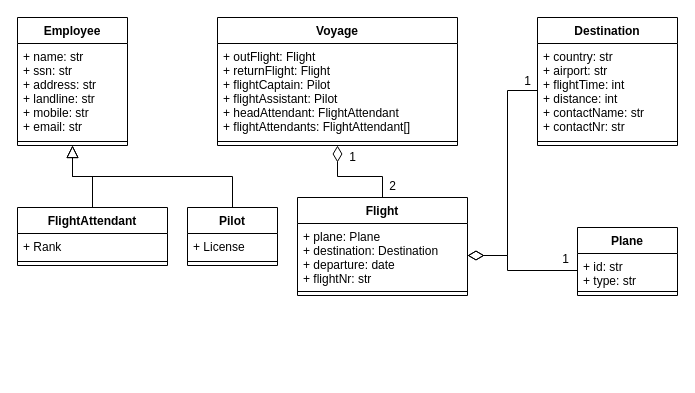
The draw.io diagram greining/klasarit/klasarit.drawio in ornstrange/VLN1, before the edit. Source tidied: cells renumbered, new cells numbered last; positions are measured from the earlier drawing's top-left corner, leaving out a move shared by most shapes. Both pictures are drawn from the tidied source at 100%, with x=0, y=0 at pixel (17, 17).
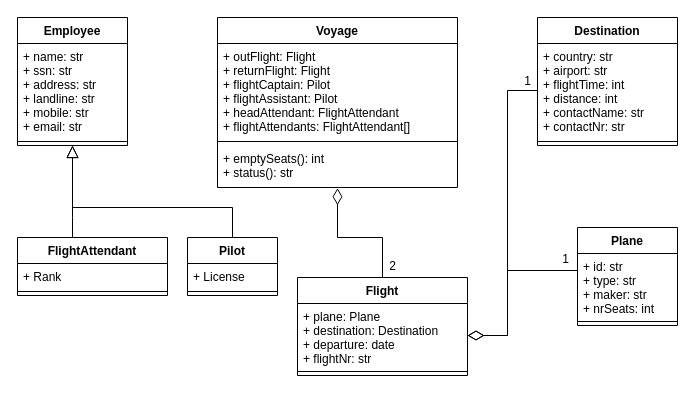
Above is the later version.

The change refers to these unchanged cells:
```xml
<mxCell id="2" value="Employee" style="swimlane;fontStyle=1;align=center;verticalAlign=top;horizontal=1;startSize=26;" parent="1" vertex="1">
  <mxGeometry width="110" height="128" as="geometry" />
</mxCell>
<mxCell id="18" value="+ plane: Plane&#10;+ destination: Destination&#10;+ departure: date&#10;+ flightNr: str" style="text;strokeColor=none;fillColor=none;align=left;verticalAlign=top;spacingLeft=4;spacingRight=4;overflow=hidden;points=[[0,0.5],[1,0.5]];portConstraint=eastwest;" parent="17" vertex="1">
  <mxGeometry y="26" width="170" height="64" as="geometry" />
</mxCell>
<mxCell id="24" value="+ country: str&#10;+ airport: str&#10;+ flightTime: int&#10;+ distance: int&#10;+ contactName: str&#10;+ contactNr: str" style="text;strokeColor=none;fillColor=none;align=left;verticalAlign=top;spacingLeft=4;spacingRight=4;overflow=hidden;points=[[0,0.5],[1,0.5]];portConstraint=eastwest;" parent="23" vertex="1">
  <mxGeometry y="26" width="140" height="94" as="geometry" />
</mxCell>
```

Diff of the diagram source:
```diff
@@
     <mxCell id="5" style="edgeStyle=orthogonalEdgeStyle;rounded=0;jettySize=auto;html=1;exitX=0.5;exitY=0;exitDx=0;exitDy=0;entryX=0.5;entryY=1;entryDx=0;entryDy=0;endArrow=block;endFill=0;endSize=10;" parent="1" edge="1" source="6" target="2">
-      <mxGeometry relative="1" as="geometry" />
+      <mxGeometry relative="1" as="geometry">
+        <Array as="points">
+          <mxPoint x="215" y="190" />
+          <mxPoint x="55" y="190" />
+        </Array>
+      </mxGeometry>
     </mxCell>
     <mxCell id="6" value="Pilot" style="swimlane;fontStyle=1;align=center;verticalAlign=top;horizontal=1;startSize=26;" parent="1" vertex="1">
-      <mxGeometry x="170" y="190" width="90" height="58" as="geometry" />
+      <mxGeometry x="170" y="220" width="90" height="58" as="geometry" />
     </mxCell>
@@
     <mxCell id="9" style="edgeStyle=orthogonalEdgeStyle;rounded=0;jettySize=auto;html=1;entryX=0.5;entryY=1;entryDx=0;entryDy=0;endArrow=block;endFill=0;endSize=10;" parent="1" edge="1" source="10" target="2">
-      <mxGeometry relative="1" as="geometry" />
+      <mxGeometry relative="1" as="geometry">
+        <Array as="points">
+          <mxPoint x="55" y="200" />
+          <mxPoint x="55" y="200" />
+        </Array>
+      </mxGeometry>
     </mxCell>
     <mxCell id="10" value="FlightAttendant" style="swimlane;fontStyle=1;align=center;verticalAlign=top;horizontal=1;startSize=26;" parent="1" vertex="1">
-      <mxGeometry y="190" width="150" height="58" as="geometry" />
+      <mxGeometry y="220" width="150" height="58" as="geometry" />
     </mxCell>
@@
-    <mxCell id="13" value="Voyage" style="swimlane;fontStyle=1;align=center;verticalAlign=top;horizontal=1;startSize=26;" parent="1" vertex="1">
-      <mxGeometry x="200" width="240" height="128" as="geometry" />
-    </mxCell>
-    <mxCell id="14" value="+ outFlight: Flight&#10;+ returnFlight: Flight&#10;+ flightCaptain: Pilot&#10;+ flightAssistant: Pilot&#10;+ headAttendant: FlightAttendant&#10;+ flightAttendants: FlightAttendant[]&#10;" style="text;strokeColor=none;fillColor=none;align=left;verticalAlign=top;spacingLeft=4;spacingRight=4;overflow=hidden;" parent="13" vertex="1">
-      <mxGeometry y="26" width="240" height="94" as="geometry" />
-    </mxCell>
-    <mxCell id="15" style="line;strokeWidth=1;fillColor=none;align=left;verticalAlign=middle;spacingTop=-1;spacingLeft=3;spacingRight=3;labelPosition=right;" parent="13" vertex="1">
-      <mxGeometry y="120" width="240" height="8" as="geometry" />
-    </mxCell>
-    <mxCell id="16" style="edgeStyle=orthogonalEdgeStyle;rounded=0;jettySize=auto;html=1;entryX=0.5;entryY=1;entryDx=0;entryDy=0;endArrow=diamondThin;endFill=0;endSize=14;" parent="1" edge="1" source="17" target="13">
+    <mxCell id="16" style="edgeStyle=orthogonalEdgeStyle;rounded=0;jettySize=auto;html=1;entryX=0.5;entryY=1.016;entryDx=0;entryDy=0;endArrow=diamondThin;endFill=0;endSize=14;entryPerimeter=0;" parent="1" edge="1" source="17" target="32">
       <mxGeometry relative="1" as="geometry" />
     </mxCell>
     <mxCell id="17" value="Flight" style="swimlane;fontStyle=1;align=center;verticalAlign=top;horizontal=1;startSize=26;" parent="1" vertex="1">
-      <mxGeometry x="280" y="180" width="170" height="98" as="geometry" />
+      <mxGeometry x="280" y="260" width="170" height="98" as="geometry" />
     </mxCell>
@@
     <mxCell id="20" value="Plane" style="swimlane;fontStyle=1;align=center;verticalAlign=top;horizontal=1;startSize=26;" parent="1" vertex="1">
-      <mxGeometry x="560" y="210" width="100" height="68" as="geometry" />
+      <mxGeometry x="560" y="210" width="100" height="98" as="geometry" />
     </mxCell>
-    <mxCell id="21" value="+ id: str&#10;+ type: str" style="text;strokeColor=none;fillColor=none;align=left;verticalAlign=top;spacingLeft=4;spacingRight=4;overflow=hidden;points=[[0,0.5],[1,0.5]];portConstraint=eastwest;" parent="20" vertex="1">
-      <mxGeometry y="26" width="100" height="34" as="geometry" />
+    <mxCell id="21" value="+ id: str&#10;+ type: str&#10;+ maker: str&#10;+ nrSeats: int" style="text;strokeColor=none;fillColor=none;align=left;verticalAlign=top;spacingLeft=4;spacingRight=4;overflow=hidden;points=[[0,0.5],[1,0.5]];portConstraint=eastwest;" parent="20" vertex="1">
+      <mxGeometry y="26" width="100" height="64" as="geometry" />
     </mxCell>
     <mxCell id="22" style="line;strokeWidth=1;fillColor=none;align=left;verticalAlign=middle;spacingTop=-1;spacingLeft=3;spacingRight=3;labelPosition=right;" parent="20" vertex="1">
-      <mxGeometry y="60" width="100" height="8" as="geometry" />
+      <mxGeometry y="90" width="100" height="8" as="geometry" />
     </mxCell>
@@
-    <mxCell id="26" style="edgeStyle=orthogonalEdgeStyle;rounded=0;jettySize=auto;html=1;entryX=1;entryY=0.5;entryDx=0;entryDy=0;endArrow=diamondThin;endFill=0;endSize=14;" parent="1" edge="1" source="24" target="18">
+    <mxCell id="26" style="edgeStyle=orthogonalEdgeStyle;rounded=0;jettySize=auto;html=1;endArrow=diamondThin;endFill=0;endSize=14;" parent="1" edge="1" source="24">
       <mxGeometry relative="1" as="geometry">
+        <mxPoint x="450" y="318" as="targetPoint" />
         <Array as="points">
           <mxPoint x="490" y="73" />
-          <mxPoint x="490" y="238" />
+          <mxPoint x="490" y="318" />
         </Array>
       </mxGeometry>
     </mxCell>
-    <mxCell id="27" style="edgeStyle=orthogonalEdgeStyle;rounded=0;jettySize=auto;html=1;endArrow=diamondThin;endFill=0;endSize=14;" parent="1" edge="1" source="21" target="18">
+    <mxCell id="27" style="edgeStyle=orthogonalEdgeStyle;rounded=0;jettySize=auto;html=1;endArrow=diamondThin;endFill=0;endSize=14;entryX=1;entryY=0.5;entryDx=0;entryDy=0;" parent="1" edge="1" source="21" target="18">
       <mxGeometry relative="1" as="geometry">
         <Array as="points">
           <mxPoint x="490" y="253" />
-          <mxPoint x="490" y="238" />
+          <mxPoint x="490" y="318" />
         </Array>
       </mxGeometry>
     </mxCell>
     <mxCell id="28" value="2" style="text;html=1;align=center;verticalAlign=middle;" parent="1" vertex="1">
-      <mxGeometry x="365" y="159" width="20" height="20" as="geometry" />
+      <mxGeometry x="365" y="239" width="20" height="20" as="geometry" />
     </mxCell>
-    <mxCell id="29" value="1" style="text;html=1;align=center;verticalAlign=middle;" parent="1" vertex="1">
-      <mxGeometry x="325" y="130" width="20" height="20" as="geometry" />
-    </mxCell>
@@
+    <mxCell id="13" value="Voyage" style="swimlane;fontStyle=1;align=center;verticalAlign=top;horizontal=1;startSize=26;strokeColor=#000000;" parent="1" vertex="1">
+      <mxGeometry x="200" width="240" height="170" as="geometry" />
+    </mxCell>
+    <mxCell id="14" value="+ outFlight: Flight&#10;+ returnFlight: Flight&#10;+ flightCaptain: Pilot&#10;+ flightAssistant: Pilot&#10;+ headAttendant: FlightAttendant&#10;+ flightAttendants: FlightAttendant[]&#10;" style="text;strokeColor=none;fillColor=none;align=left;verticalAlign=top;spacingLeft=4;spacingRight=4;overflow=hidden;" parent="13" vertex="1">
+      <mxGeometry y="26" width="240" height="94" as="geometry" />
+    </mxCell>
+    <mxCell id="15" style="line;strokeWidth=1;fillColor=none;align=left;verticalAlign=middle;spacingTop=-1;spacingLeft=3;spacingRight=3;labelPosition=right;" parent="13" vertex="1">
+      <mxGeometry y="120" width="240" height="8" as="geometry" />
+    </mxCell>
+    <mxCell id="32" value="+ emptySeats(): int&#10;+ status(): str" style="text;strokeColor=none;fillColor=none;align=left;verticalAlign=top;spacingLeft=4;spacingRight=4;overflow=hidden;points=[[0,0.5],[1,0.5]];portConstraint=eastwest;" parent="13" vertex="1">
+      <mxGeometry y="128" width="240" height="42" as="geometry" />
+    </mxCell>
```
